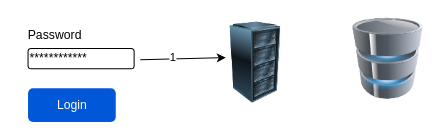
Before: passwords.drawio in appsparkler/draw.io, a draw.io diagram. Source tidied: cells renumbered, new cells numbered last; positions are measured from the earlier drawing's top-left corner, leaving out a move shared by most shapes. Both pictures are drawn from the tidied source at 102%, with x=0, y=0 at pixel (17, 17).
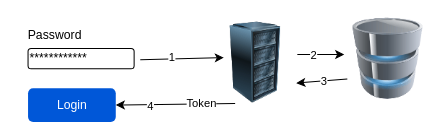
After the change.

Diff of the diagram source:
```diff
@@
 <mxGraphModel>
   <root>
     <mxCell id="0" />
     <mxCell id="1" parent="0" />
     <mxCell id="2" value="************" style="rounded=1;whiteSpace=wrap;html=1;align=left;" parent="1" vertex="1">
       <mxGeometry x="10" y="30" width="104" height="20" as="geometry" />
     </mxCell>
     <mxCell id="3" value="Password" style="text;html=1;align=center;verticalAlign=middle;strokeColor=none;fillColor=none;" parent="1" vertex="1">
       <mxGeometry y="4" width="71" height="26" as="geometry" />
     </mxCell>
     <mxCell id="4" value="Login" style="rounded=1;fillColor=#0057D8;strokeColor=none;html=1;fontColor=#ffffff;align=center;verticalAlign=middle;fontStyle=0;fontSize=12;sketch=0;" parent="1" vertex="1">
       <mxGeometry x="10" y="69" width="86" height="33" as="geometry" />
     </mxCell>
     <mxCell id="5" style="endArrow=classic;html=1;rounded=0;" parent="1" edge="1">
       <mxGeometry relative="1" as="geometry">
         <mxPoint x="120" y="41" as="sourcePoint" />
-        <mxPoint x="204" y="39" as="targetPoint" />
+        <mxPoint x="202" y="39" as="targetPoint" />
       </mxGeometry>
     </mxCell>
     <mxCell id="6" value="1" style="edgeLabel;html=1;align=center;verticalAlign=middle;" parent="5" vertex="1">
       <mxGeometry x="-0.24" y="2" relative="1" as="geometry" />
     </mxCell>
     <mxCell id="7" style="image;html=1;image=img/lib/clip_art/computers/Server_Rack_128x128.png;" parent="1" vertex="1">
       <mxGeometry x="193" y="4" width="80" height="80" as="geometry" />
     </mxCell>
     <mxCell id="8" style="image;html=1;image=img/lib/clip_art/computers/Database_128x128.png;" parent="1" vertex="1">
       <mxGeometry x="323" width="80" height="80" as="geometry" />
     </mxCell>
+    <mxCell id="9" style="endArrow=classic;html=1;rounded=0;exitX=0.25;exitY=1;exitDx=0;exitDy=0;entryX=1;entryY=0.5;entryDx=0;entryDy=0;" parent="1" edge="1" source="7" target="4">
+      <mxGeometry relative="1" as="geometry" />
+    </mxCell>
+    <mxCell id="10" value="Token" style="edgeLabel;html=1;align=center;verticalAlign=middle;" parent="9" vertex="1">
+      <mxGeometry x="-0.16" y="2" relative="1" as="geometry">
+        <mxPoint x="15" y="-3" as="offset" />
+      </mxGeometry>
+    </mxCell>
+    <mxCell id="11" value="4" style="edgeLabel;html=1;align=center;verticalAlign=middle;" parent="9" vertex="1">
+      <mxGeometry x="0.43" y="1" relative="1" as="geometry" />
+    </mxCell>
+    <mxCell id="12" style="endArrow=classic;html=1;rounded=0;" parent="1" edge="1">
+      <mxGeometry relative="1" as="geometry">
+        <mxPoint x="274" y="36" as="sourcePoint" />
+        <mxPoint x="320" y="36" as="targetPoint" />
+      </mxGeometry>
+    </mxCell>
+    <mxCell id="13" value="2" style="edgeLabel;html=1;align=center;verticalAlign=middle;" parent="12" vertex="1">
+      <mxGeometry x="-0.36" relative="1" as="geometry" />
+    </mxCell>
+    <mxCell id="14" style="endArrow=classic;html=1;rounded=0;exitX=0;exitY=0.75;exitDx=0;exitDy=0;entryX=1;entryY=0.75;entryDx=0;entryDy=0;" parent="1" edge="1" source="8" target="7">
+      <mxGeometry relative="1" as="geometry" />
+    </mxCell>
+    <mxCell id="15" value="3" style="edgeLabel;html=1;align=center;verticalAlign=middle;" parent="14" vertex="1">
+      <mxGeometry x="-0.03" relative="1" as="geometry" />
+    </mxCell>
   </root>
 </mxGraphModel>
```
